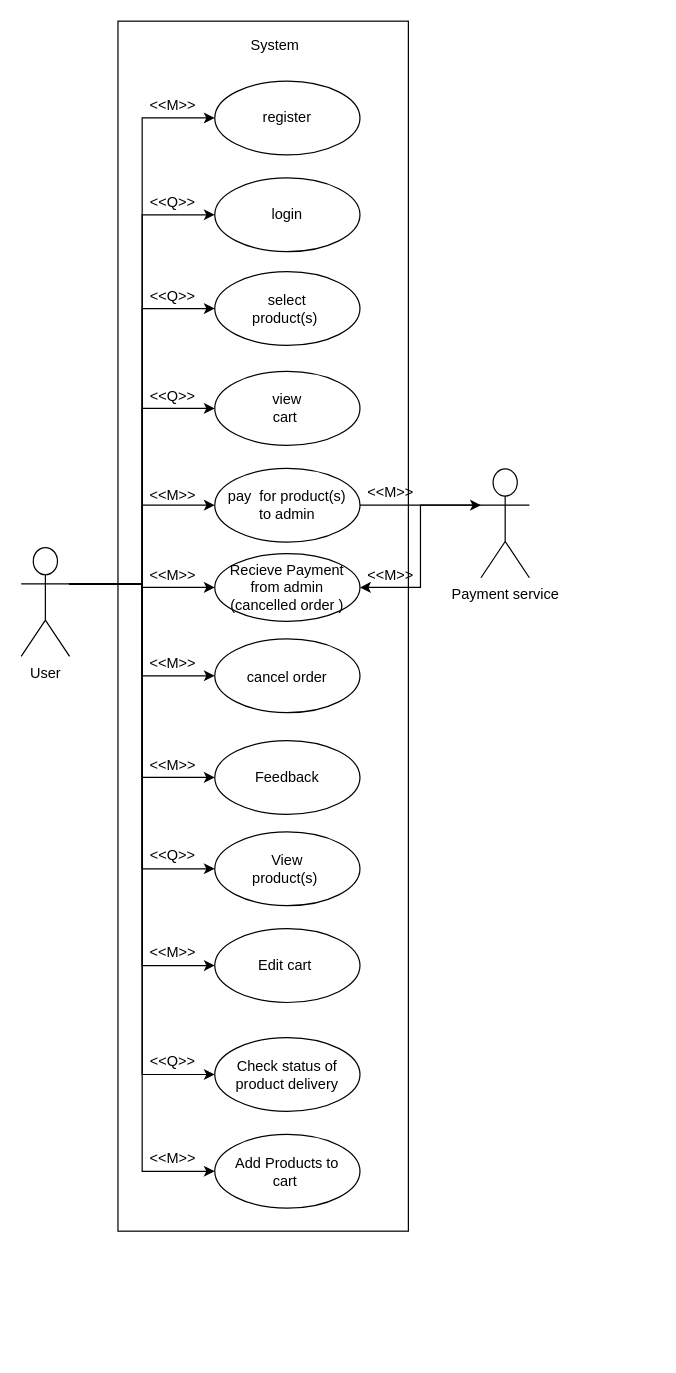
Before: page "User" (4 of 4) of amazon_admin.drawio in MohitBurkule/uml-diagrams, a draw.io diagram. Source tidied: cells renumbered, new cells numbered last; positions are measured from the earlier drawing's top-left corner, leaving out a move shared by most shapes. Both pictures are drawn from the tidied source at 121%, with x=0, y=0 at pixel (21, 21).
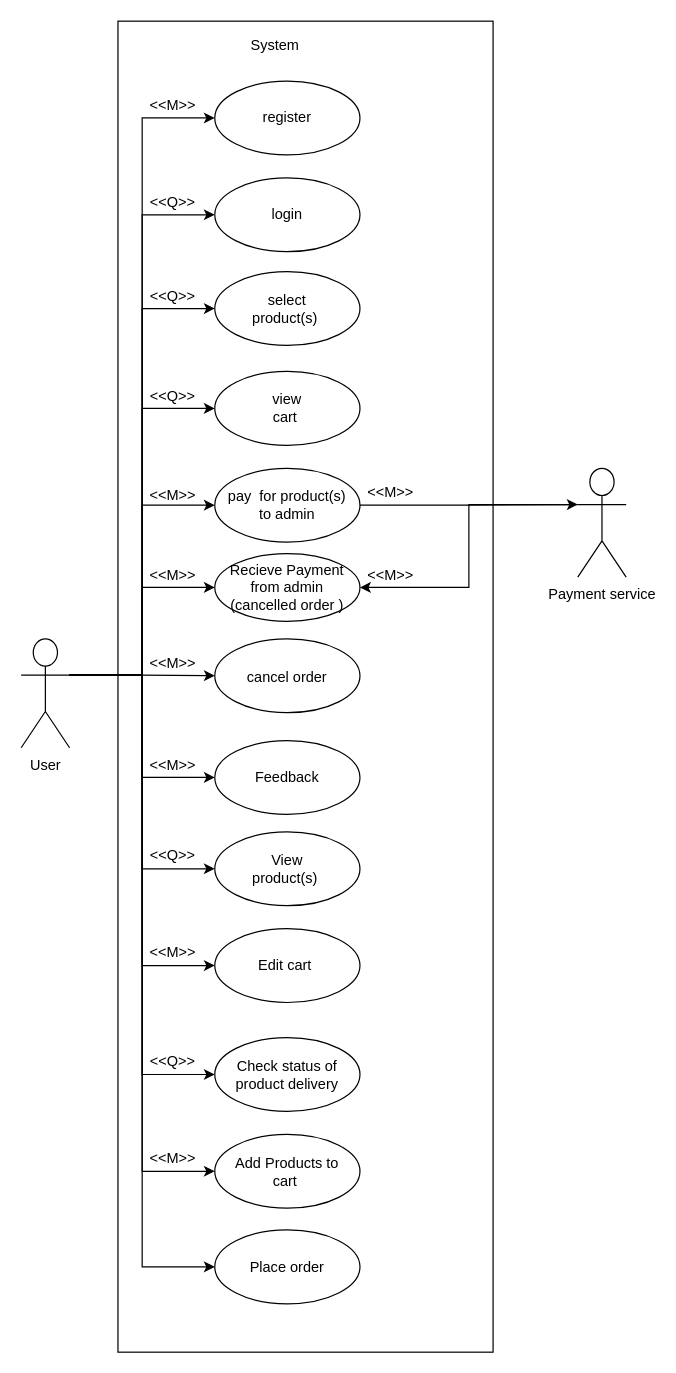
The same page after the edit.

What changed in the source:
```diff
@@
     <mxCell id="2" style="rounded=0;whiteSpace=wrap;html=1;" parent="1" vertex="1">
-      <mxGeometry x="80" width="240" height="1000" as="geometry" />
+      <mxGeometry x="80" width="310" height="1100" as="geometry" />
     </mxCell>
@@
+    <mxCell id="62" style="edgeStyle=orthogonalEdgeStyle;rounded=0;jettySize=auto;html=1;exitX=1;exitY=0.3333333333333333;exitDx=0;exitDy=0;exitPerimeter=0;entryX=0;entryY=0.5;entryDx=0;entryDy=0;" parent="1" edge="1" source="24" target="64">
+      <mxGeometry relative="1" as="geometry" />
+    </mxCell>
     <mxCell id="24" value="User" style="shape=umlActor;verticalLabelPosition=bottom;labelBackgroundColor=#ffffff;verticalAlign=top;html=1;" parent="1" vertex="1">
-      <mxGeometry y="435" width="40" height="90" as="geometry" />
+      <mxGeometry y="510.5" width="40" height="90" as="geometry" />
     </mxCell>
@@
     <mxCell id="30" value="Payment service" style="shape=umlActor;verticalLabelPosition=bottom;labelBackgroundColor=#ffffff;verticalAlign=top;html=1;" parent="1" vertex="1">
-      <mxGeometry x="380" y="370" width="40" height="90" as="geometry" />
+      <mxGeometry x="460" y="369.5" width="40" height="90" as="geometry" />
     </mxCell>
@@
+    <mxCell id="63" style="group;" parent="1" vertex="1">
+      <mxGeometry x="160" y="999" width="120" height="61" as="geometry" />
+    </mxCell>
+    <mxCell id="64" style="ellipse;whiteSpace=wrap;html=1;" parent="63" vertex="1">
+      <mxGeometry width="120" height="61" as="geometry" />
+    </mxCell>
+    <mxCell id="65" value="Place order" style="text;html=1;strokeColor=none;fillColor=none;align=center;verticalAlign=middle;whiteSpace=wrap;rounded=0;" parent="63" vertex="1">
+      <mxGeometry x="10" y="10.5" width="100" height="40" as="geometry" />
+    </mxCell>
```
